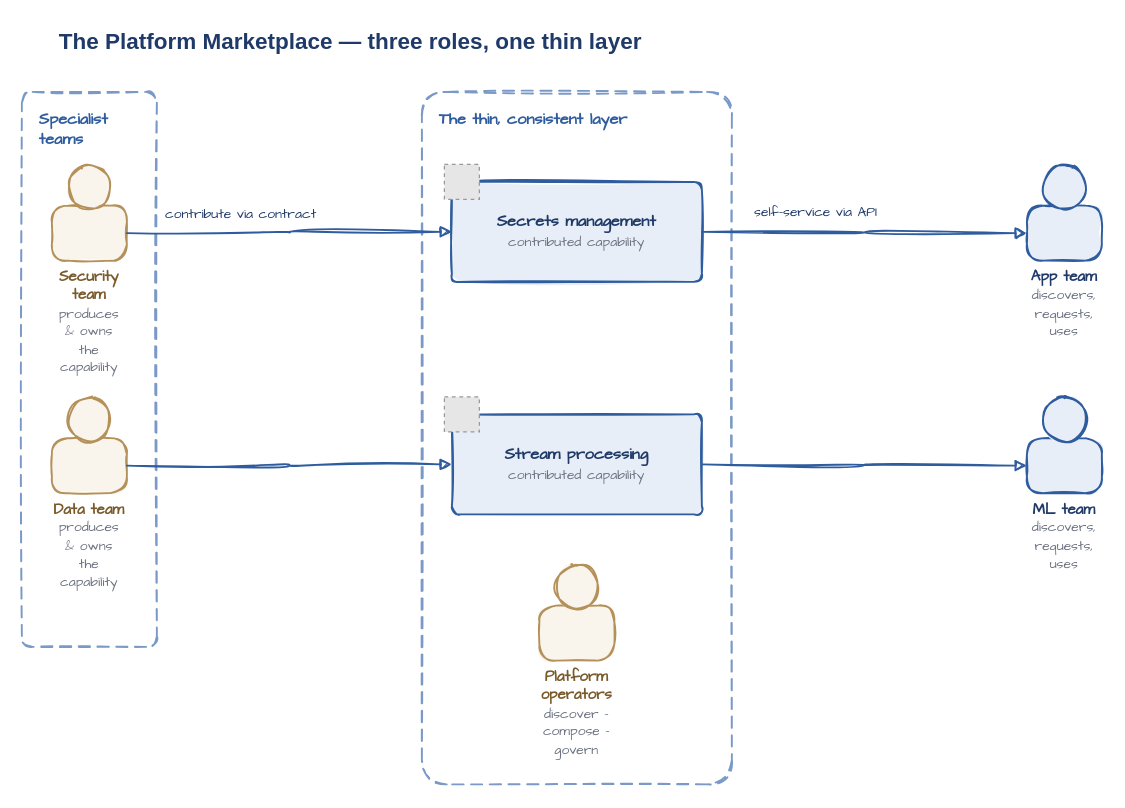
Before: diagrams/ecosystem-marketplace.drawio in missBerg/platform-capabilities, a draw.io diagram. Source tidied: cells renumbered, new cells numbered last; positions are measured from the earlier drawing's top-left corner, leaving out a move shared by most shapes. Both pictures are drawn from the tidied source at 125%, with x=0, y=0 at pixel (21, 21). Pictures stored in the file or linked from it are replaced by grey dashed boxes.
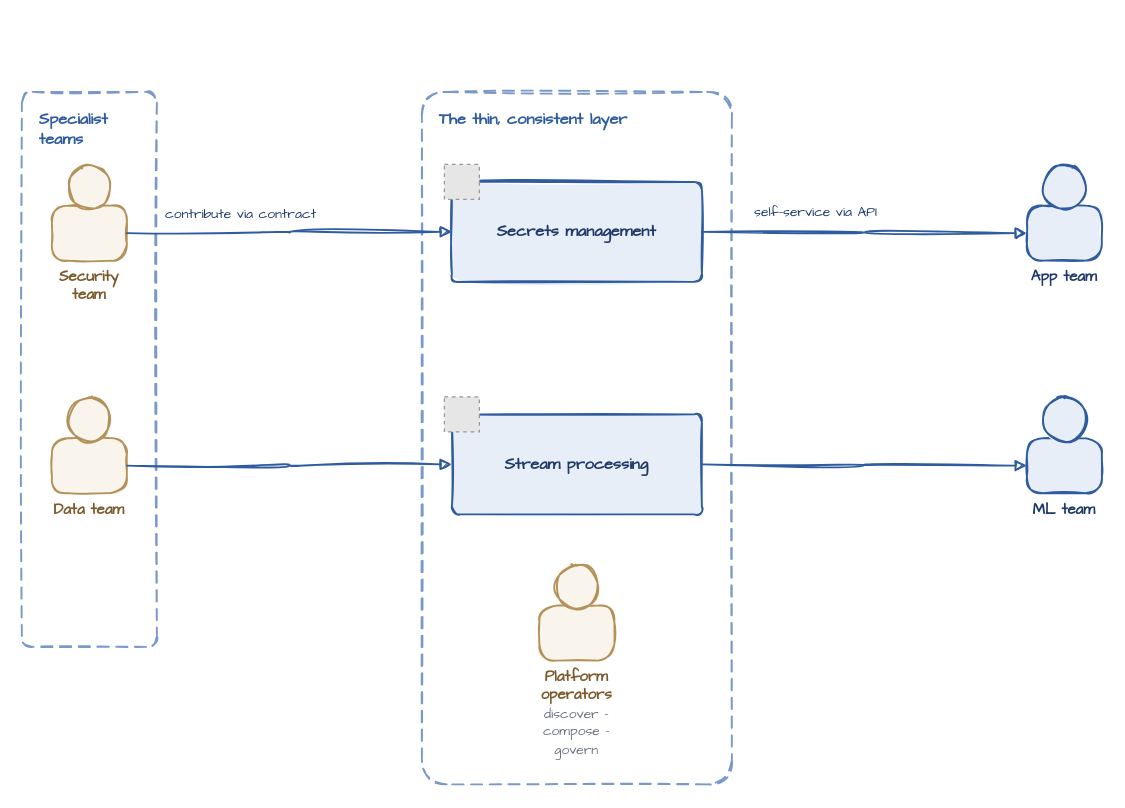
The same diagram, later.

The edit, as a diff of the source:
```diff
@@
-    <mxCell id="2" value="The Platform Marketplace — three roles, one thin layer" style="text;html=1;align=left;verticalAlign=middle;whiteSpace=wrap;rounded=0;fontColor=#1F3A68;fontFamily=Helvetica;fontSize=18;fontStyle=1;spacingLeft=4;" parent="1" vertex="1">
-      <mxGeometry x="24" width="710" height="32" as="geometry" />
-    </mxCell>
@@
-    <mxCell id="5" value="&lt;b&gt;Security team&lt;/b&gt;&lt;br&gt;&lt;font style=&quot;font-size: 11px&quot; color=&quot;#6B7280&quot;&gt;produces &amp;amp; owns the capability&lt;/font&gt;" style="rounded=1;whiteSpace=wrap;html=1;arcSize=30;fillColor=#FAF5EC;strokeColor=#B5915A;strokeWidth=1.5;fontColor=#7A5A2A;fontFamily=Comic Sans MS;fontSize=12;verticalLabelPosition=bottom;verticalAlign=top;labelPosition=center;align=center;shadow=0;sketch=1;fillStyle=solid;" parent="1" vertex="1">
+    <mxCell id="5" value="&lt;b&gt;Security team&lt;/b&gt;" style="rounded=1;whiteSpace=wrap;html=1;arcSize=30;fillColor=#FAF5EC;strokeColor=#B5915A;strokeWidth=1.5;fontColor=#7A5A2A;fontFamily=Comic Sans MS;fontSize=12;verticalLabelPosition=bottom;verticalAlign=top;labelPosition=center;align=center;shadow=0;sketch=1;fillStyle=solid;" parent="1" vertex="1">
       <mxGeometry x="24" y="147" width="60" height="44" as="geometry" />
     </mxCell>
@@
-    <mxCell id="7" value="&lt;b&gt;Data team&lt;/b&gt;&lt;br&gt;&lt;font style=&quot;font-size: 11px&quot; color=&quot;#6B7280&quot;&gt;produces &amp;amp; owns the capability&lt;/font&gt;" style="rounded=1;whiteSpace=wrap;html=1;arcSize=30;fillColor=#FAF5EC;strokeColor=#B5915A;strokeWidth=1.5;fontColor=#7A5A2A;fontFamily=Comic Sans MS;fontSize=12;verticalLabelPosition=bottom;verticalAlign=top;labelPosition=center;align=center;shadow=0;sketch=1;fillStyle=solid;" parent="1" vertex="1">
+    <mxCell id="7" value="&lt;b&gt;Data team&lt;/b&gt;" style="rounded=1;whiteSpace=wrap;html=1;arcSize=30;fillColor=#FAF5EC;strokeColor=#B5915A;strokeWidth=1.5;fontColor=#7A5A2A;fontFamily=Comic Sans MS;fontSize=12;verticalLabelPosition=bottom;verticalAlign=top;labelPosition=center;align=center;shadow=0;sketch=1;fillStyle=solid;" parent="1" vertex="1">
       <mxGeometry x="24" y="333" width="60" height="44" as="geometry" />
     </mxCell>
@@
-    <mxCell id="9" value="&lt;b&gt;Secrets management&lt;/b&gt;&lt;br&gt;&lt;font style=&quot;font-size: 11px&quot; color=&quot;#6B7280&quot;&gt;contributed capability&lt;/font&gt;" style="rounded=1;whiteSpace=wrap;html=1;arcSize=8;fillColor=#E8EEF7;strokeColor=#2E5C9E;strokeWidth=1.5;fontColor=#1F3A68;fontFamily=Comic Sans MS;fontSize=13;align=center;verticalAlign=middle;shadow=0;sketch=1;fillStyle=solid;" parent="1" vertex="1">
+    <mxCell id="9" value="&lt;b&gt;Secrets management&lt;/b&gt;" style="rounded=1;whiteSpace=wrap;html=1;arcSize=8;fillColor=#E8EEF7;strokeColor=#2E5C9E;strokeWidth=1.5;fontColor=#1F3A68;fontFamily=Comic Sans MS;fontSize=13;align=center;verticalAlign=middle;shadow=0;sketch=1;fillStyle=solid;" parent="1" vertex="1">
       <mxGeometry x="344" y="128" width="200" height="80" as="geometry" />
     </mxCell>
@@
-    <mxCell id="11" value="&lt;b&gt;Stream processing&lt;/b&gt;&lt;br&gt;&lt;font style=&quot;font-size: 11px&quot; color=&quot;#6B7280&quot;&gt;contributed capability&lt;/font&gt;" style="rounded=1;whiteSpace=wrap;html=1;arcSize=8;fillColor=#E8EEF7;strokeColor=#2E5C9E;strokeWidth=1.5;fontColor=#1F3A68;fontFamily=Comic Sans MS;fontSize=13;align=center;verticalAlign=middle;shadow=0;sketch=1;fillStyle=solid;" parent="1" vertex="1">
+    <mxCell id="11" value="&lt;b&gt;Stream processing&lt;/b&gt;" style="rounded=1;whiteSpace=wrap;html=1;arcSize=8;fillColor=#E8EEF7;strokeColor=#2E5C9E;strokeWidth=1.5;fontColor=#1F3A68;fontFamily=Comic Sans MS;fontSize=13;align=center;verticalAlign=middle;shadow=0;sketch=1;fillStyle=solid;" parent="1" vertex="1">
       <mxGeometry x="344" y="314" width="200" height="80" as="geometry" />
     </mxCell>
@@
-    <mxCell id="15" value="&lt;b&gt;App team&lt;/b&gt;&lt;br&gt;&lt;font style=&quot;font-size: 11px&quot; color=&quot;#6B7280&quot;&gt;discovers, requests, uses&lt;/font&gt;" style="rounded=1;whiteSpace=wrap;html=1;arcSize=30;fillColor=#E8EEF7;strokeColor=#2E5C9E;strokeWidth=1.5;fontColor=#1F3A68;fontFamily=Comic Sans MS;fontSize=12;verticalLabelPosition=bottom;verticalAlign=top;labelPosition=center;align=center;shadow=0;sketch=1;fillStyle=solid;" parent="1" vertex="1">
+    <mxCell id="15" value="&lt;b&gt;App team&lt;/b&gt;" style="rounded=1;whiteSpace=wrap;html=1;arcSize=30;fillColor=#E8EEF7;strokeColor=#2E5C9E;strokeWidth=1.5;fontColor=#1F3A68;fontFamily=Comic Sans MS;fontSize=12;verticalLabelPosition=bottom;verticalAlign=top;labelPosition=center;align=center;shadow=0;sketch=1;fillStyle=solid;" parent="1" vertex="1">
       <mxGeometry x="804" y="147" width="60" height="44" as="geometry" />
     </mxCell>
@@
-    <mxCell id="17" value="&lt;b&gt;ML team&lt;/b&gt;&lt;br&gt;&lt;font style=&quot;font-size: 11px&quot; color=&quot;#6B7280&quot;&gt;discovers, requests, uses&lt;/font&gt;" style="rounded=1;whiteSpace=wrap;html=1;arcSize=30;fillColor=#E8EEF7;strokeColor=#2E5C9E;strokeWidth=1.5;fontColor=#1F3A68;fontFamily=Comic Sans MS;fontSize=12;verticalLabelPosition=bottom;verticalAlign=top;labelPosition=center;align=center;shadow=0;sketch=1;fillStyle=solid;" parent="1" vertex="1">
+    <mxCell id="17" value="&lt;b&gt;ML team&lt;/b&gt;" style="rounded=1;whiteSpace=wrap;html=1;arcSize=30;fillColor=#E8EEF7;strokeColor=#2E5C9E;strokeWidth=1.5;fontColor=#1F3A68;fontFamily=Comic Sans MS;fontSize=12;verticalLabelPosition=bottom;verticalAlign=top;labelPosition=center;align=center;shadow=0;sketch=1;fillStyle=solid;" parent="1" vertex="1">
       <mxGeometry x="804" y="333" width="60" height="44" as="geometry" />
     </mxCell>
```
